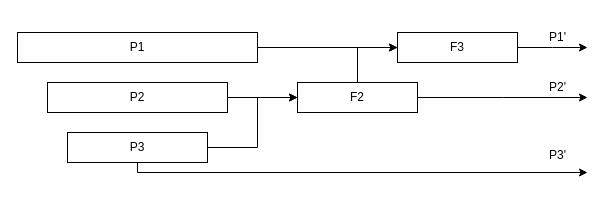
Above: page "第 2 页" (2 of 2) of kongdong.drawio in GPL1024/BigNews (draw.io), before the change. Source tidied: cells renumbered, new cells numbered last; positions are measured from the earlier drawing's top-left corner, leaving out a move shared by most shapes. Both pictures are drawn from the tidied source at 100%, with x=0, y=0 at pixel (17, 22).
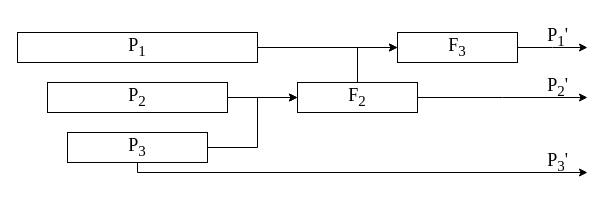
Above is the later version.

Diff of the diagram source:
```diff
@@
-    <mxCell id="2" style="edgeStyle=orthogonalEdgeStyle;rounded=0;jettySize=auto;html=1;exitX=1;exitY=0.5;exitDx=0;exitDy=0;entryX=0;entryY=0.5;entryDx=0;entryDy=0;" parent="1" edge="1" source="3" target="13">
+    <mxCell id="2" style="edgeStyle=orthogonalEdgeStyle;rounded=0;jettySize=auto;html=1;exitX=1;exitY=0.5;exitDx=0;exitDy=0;entryX=0;entryY=0.5;entryDx=0;entryDy=0;fontSize=18;fontFamily=Times New Roman;" parent="1" edge="1" source="3" target="13">
       <mxGeometry relative="1" as="geometry" />
     </mxCell>
-    <mxCell id="3" value="P1" style="rounded=0;whiteSpace=wrap;html=1;" parent="1" vertex="1">
+    <mxCell id="3" value="P&lt;sub&gt;1&lt;/sub&gt;" style="rounded=0;whiteSpace=wrap;html=1;fontSize=18;fontFamily=Times New Roman;" parent="1" vertex="1">
       <mxGeometry y="10" width="240" height="30" as="geometry" />
     </mxCell>
-    <mxCell id="4" style="edgeStyle=orthogonalEdgeStyle;rounded=0;jettySize=auto;html=1;exitX=1;exitY=0.5;exitDx=0;exitDy=0;entryX=0;entryY=0.5;entryDx=0;entryDy=0;" parent="1" edge="1" source="5" target="11">
+    <mxCell id="4" style="edgeStyle=orthogonalEdgeStyle;rounded=0;jettySize=auto;html=1;exitX=1;exitY=0.5;exitDx=0;exitDy=0;entryX=0;entryY=0.5;entryDx=0;entryDy=0;fontSize=18;fontFamily=Times New Roman;" parent="1" edge="1" source="5" target="11">
       <mxGeometry relative="1" as="geometry" />
     </mxCell>
-    <mxCell id="5" value="P2" style="rounded=0;whiteSpace=wrap;html=1;" parent="1" vertex="1">
+    <mxCell id="5" value="P&lt;sub&gt;2&lt;/sub&gt;" style="rounded=0;whiteSpace=wrap;html=1;fontSize=18;fontFamily=Times New Roman;" parent="1" vertex="1">
       <mxGeometry x="30" y="60" width="180" height="30" as="geometry" />
     </mxCell>
-    <mxCell id="6" style="edgeStyle=orthogonalEdgeStyle;rounded=0;jettySize=auto;html=1;exitX=1;exitY=0.5;exitDx=0;exitDy=0;entryX=0;entryY=0.5;entryDx=0;entryDy=0;" parent="1" edge="1" source="8" target="11">
+    <mxCell id="6" style="edgeStyle=orthogonalEdgeStyle;rounded=0;jettySize=auto;html=1;exitX=1;exitY=0.5;exitDx=0;exitDy=0;entryX=0;entryY=0.5;entryDx=0;entryDy=0;fontSize=18;fontFamily=Times New Roman;" parent="1" edge="1" source="8" target="11">
       <mxGeometry relative="1" as="geometry">
         <Array as="points">
           <mxPoint x="240" y="125" />
           <mxPoint x="240" y="75" />
         </Array>
       </mxGeometry>
     </mxCell>
-    <mxCell id="7" style="edgeStyle=orthogonalEdgeStyle;rounded=0;jettySize=auto;html=1;exitX=0.5;exitY=1;exitDx=0;exitDy=0;" parent="1" edge="1" source="8">
+    <mxCell id="7" style="edgeStyle=orthogonalEdgeStyle;rounded=0;jettySize=auto;html=1;exitX=0.5;exitY=1;exitDx=0;exitDy=0;fontSize=18;fontFamily=Times New Roman;" parent="1" edge="1" source="8">
       <mxGeometry relative="1" as="geometry">
         <mxPoint x="570" y="150" as="targetPoint" />
         <Array as="points">
           <mxPoint x="120" y="150" />
           <mxPoint x="570" y="150" />
         </Array>
       </mxGeometry>
     </mxCell>
-    <mxCell id="8" value="P3" style="rounded=0;whiteSpace=wrap;html=1;" parent="1" vertex="1">
+    <mxCell id="8" value="P&lt;sub&gt;3&lt;/sub&gt;" style="rounded=0;whiteSpace=wrap;html=1;fontSize=18;fontFamily=Times New Roman;" parent="1" vertex="1">
       <mxGeometry x="50" y="110" width="140" height="30" as="geometry" />
     </mxCell>
-    <mxCell id="9" style="edgeStyle=orthogonalEdgeStyle;rounded=0;jettySize=auto;html=1;exitX=0.5;exitY=0;exitDx=0;exitDy=0;entryX=0;entryY=0.5;entryDx=0;entryDy=0;" parent="1" edge="1" source="11" target="13">
+    <mxCell id="9" style="edgeStyle=orthogonalEdgeStyle;rounded=0;jettySize=auto;html=1;exitX=0.5;exitY=0;exitDx=0;exitDy=0;entryX=0;entryY=0.5;entryDx=0;entryDy=0;fontSize=18;fontFamily=Times New Roman;" parent="1" edge="1" source="11" target="13">
       <mxGeometry relative="1" as="geometry" />
     </mxCell>
-    <mxCell id="10" style="edgeStyle=orthogonalEdgeStyle;rounded=0;jettySize=auto;html=1;exitX=1;exitY=0.5;exitDx=0;exitDy=0;" parent="1" edge="1" source="11">
+    <mxCell id="10" style="edgeStyle=orthogonalEdgeStyle;rounded=0;jettySize=auto;html=1;exitX=1;exitY=0.5;exitDx=0;exitDy=0;fontSize=18;fontFamily=Times New Roman;" parent="1" edge="1" source="11">
       <mxGeometry relative="1" as="geometry">
         <mxPoint x="570" y="75" as="targetPoint" />
       </mxGeometry>
     </mxCell>
-    <mxCell id="11" value="F2" style="rounded=0;whiteSpace=wrap;html=1;" parent="1" vertex="1">
+    <mxCell id="11" value="F&lt;sub&gt;2&lt;/sub&gt;" style="rounded=0;whiteSpace=wrap;html=1;fontSize=18;fontFamily=Times New Roman;" parent="1" vertex="1">
       <mxGeometry x="280" y="60" width="120" height="30" as="geometry" />
     </mxCell>
-    <mxCell id="12" style="edgeStyle=orthogonalEdgeStyle;rounded=0;jettySize=auto;html=1;exitX=1;exitY=0.5;exitDx=0;exitDy=0;" parent="1" edge="1" source="13">
+    <mxCell id="12" style="edgeStyle=orthogonalEdgeStyle;rounded=0;jettySize=auto;html=1;exitX=1;exitY=0.5;exitDx=0;exitDy=0;fontSize=18;fontFamily=Times New Roman;" parent="1" edge="1" source="13">
       <mxGeometry relative="1" as="geometry">
         <mxPoint x="570" y="25" as="targetPoint" />
       </mxGeometry>
     </mxCell>
-    <mxCell id="13" value="F3" style="rounded=0;whiteSpace=wrap;html=1;" parent="1" vertex="1">
+    <mxCell id="13" value="F&lt;sub&gt;3&lt;/sub&gt;" style="rounded=0;whiteSpace=wrap;html=1;fontSize=18;fontFamily=Times New Roman;" parent="1" vertex="1">
       <mxGeometry x="380" y="10" width="120" height="30" as="geometry" />
     </mxCell>
-    <mxCell id="14" value="P1'" style="text;html=1;align=center;verticalAlign=middle;strokeColor=none;fillColor=none;" parent="1" vertex="1">
-      <mxGeometry x="520" width="40" height="30" as="geometry" />
+    <mxCell id="14" value="P&lt;sub&gt;1&lt;/sub&gt;'" style="text;html=1;align=center;verticalAlign=middle;strokeColor=none;fillColor=none;fontSize=18;fontFamily=Times New Roman;" parent="1" vertex="1">
+      <mxGeometry x="520" y="-5" width="40" height="40" as="geometry" />
     </mxCell>
-    <mxCell id="15" value="P2'" style="text;html=1;align=center;verticalAlign=middle;strokeColor=none;fillColor=none;" parent="1" vertex="1">
-      <mxGeometry x="520" y="50" width="40" height="30" as="geometry" />
+    <mxCell id="15" value="P&lt;sub&gt;2&lt;/sub&gt;'" style="text;html=1;align=center;verticalAlign=middle;strokeColor=none;fillColor=none;fontSize=18;fontFamily=Times New Roman;" parent="1" vertex="1">
+      <mxGeometry x="520" y="45" width="40" height="40" as="geometry" />
     </mxCell>
-    <mxCell id="16" value="P3'" style="text;html=1;align=center;verticalAlign=middle;strokeColor=none;fillColor=none;" parent="1" vertex="1">
-      <mxGeometry x="520" y="118" width="40" height="30" as="geometry" />
+    <mxCell id="16" value="P&lt;sub&gt;3&lt;/sub&gt;'" style="text;html=1;align=center;verticalAlign=middle;strokeColor=none;fillColor=none;fontSize=18;fontFamily=Times New Roman;" parent="1" vertex="1">
+      <mxGeometry x="520" y="120" width="40" height="40" as="geometry" />
     </mxCell>
```
